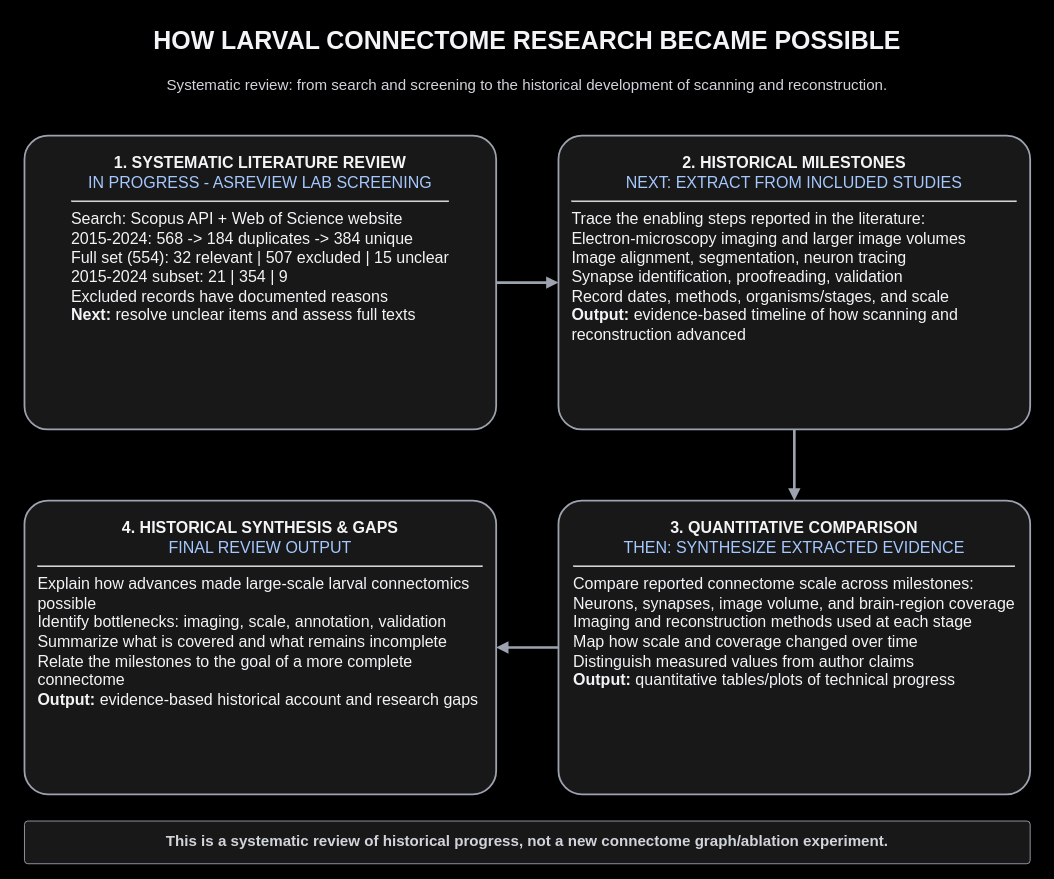
Earlier version of the draw.io diagram pipe.drawio (NicaAnatol/The-Road-to-the-Complete-Larval). Source tidied: cells renumbered, new cells numbered last; positions are measured from the earlier drawing's top-left corner, leaving out a move shared by most shapes. Both pictures are drawn from the tidied source at 89%, with x=0, y=0 at pixel (15, 15).
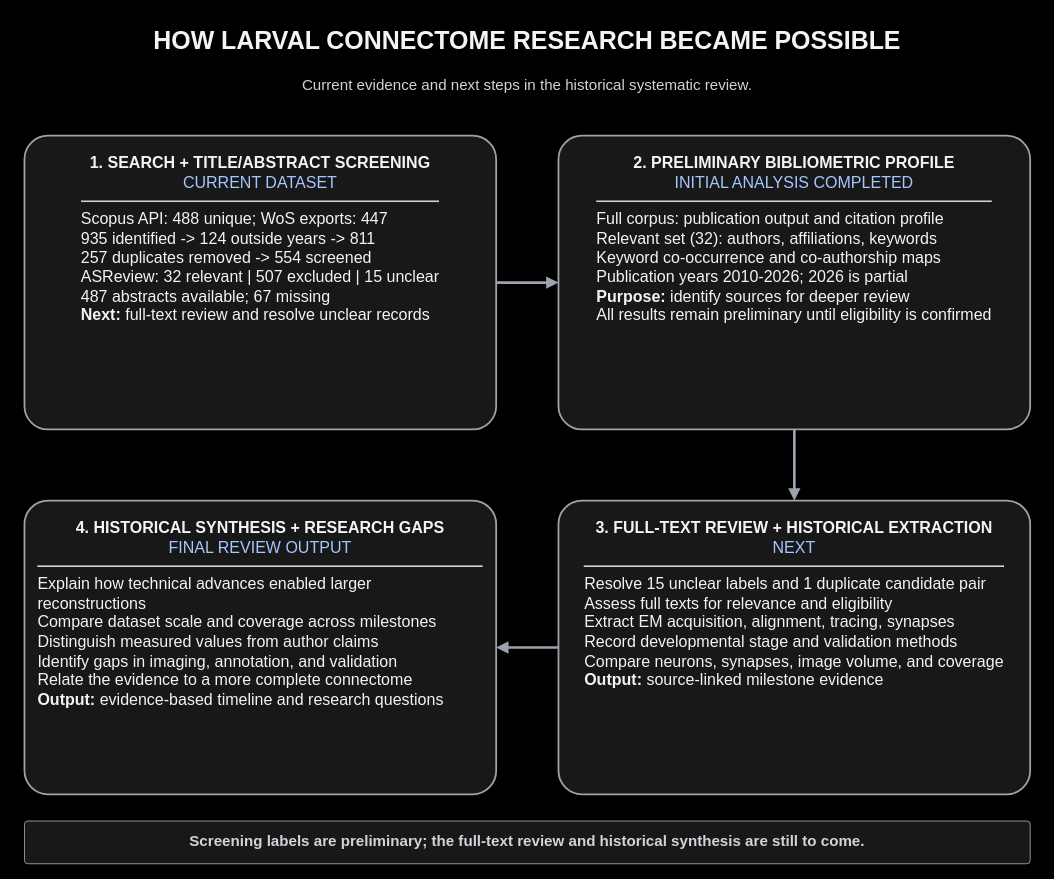
The same page after the edit.

What changed in the source:
```diff
@@
 <mxGraphModel background="#000000">
   <root>
     <mxCell id="0" />
     <mxCell id="1" parent="0" />
     <mxCell id="2" value="HOW LARVAL CONNECTOME RESEARCH BECAME POSSIBLE" style="text;html=1;align=center;verticalAlign=middle;whiteSpace=wrap;fontSize=28;fontStyle=1;fontColor=#F3F4F6;" parent="1" vertex="1">
       <mxGeometry width="1150" height="55" as="geometry" />
     </mxCell>
-    <mxCell id="3" value="Systematic review: from search and screening to the historical development of scanning and reconstruction." style="text;html=1;align=center;verticalAlign=middle;whiteSpace=wrap;fontSize=17;fontColor=#D1D5DB;" parent="1" vertex="1">
+    <mxCell id="3" value="Current evidence and next steps in the historical systematic review." style="text;html=1;align=center;verticalAlign=middle;whiteSpace=wrap;fontSize=17;fontColor=#D1D5DB;" parent="1" vertex="1">
       <mxGeometry x="10" y="58" width="1130" height="42" as="geometry" />
     </mxCell>
-    <mxCell id="4" value="&lt;b&gt;1. SYSTEMATIC LITERATURE REVIEW&lt;/b&gt;&lt;br&gt;&lt;font color=&quot;#A5C8FF&quot;&gt;IN PROGRESS - ASREVIEW LAB SCREENING&lt;/font&gt;&lt;hr&gt;&lt;div align=&quot;left&quot;&gt;Search: Scopus API + Web of Science website&lt;br&gt;2015-2024: 568 -&gt; 184 duplicates -&gt; 384 unique&lt;br&gt;Full set (554): 32 relevant | 507 excluded | 15 unclear&lt;br&gt;2015-2024 subset: 21 | 354 | 9&lt;br&gt;Excluded records have documented reasons&lt;br&gt;&lt;b&gt;Next:&lt;/b&gt; resolve unclear items and assess full texts&lt;/div&gt;" style="rounded=1;whiteSpace=wrap;html=1;arcSize=8;fillColor=#181818;strokeColor=#9CA3AF;strokeWidth=2;fontColor=#F3F4F6;fontSize=18;align=center;verticalAlign=top;spacing=16;fontFamily=Arial;" parent="1" vertex="1">
+    <mxCell id="4" value="&lt;b&gt;1. SEARCH + TITLE/ABSTRACT SCREENING&lt;/b&gt;&lt;br&gt;&lt;font color=&quot;#A5C8FF&quot;&gt;CURRENT DATASET&lt;/font&gt;&lt;hr&gt;&lt;div align=&quot;left&quot;&gt;Scopus API: 488 unique; WoS exports: 447&lt;br&gt;935 identified -&gt; 124 outside years -&gt; 811&lt;br&gt;257 duplicates removed -&gt; 554 screened&lt;br&gt;ASReview: 32 relevant | 507 excluded | 15 unclear&lt;br&gt;487 abstracts available; 67 missing&lt;br&gt;&lt;b&gt;Next:&lt;/b&gt; full-text review and resolve unclear records&lt;/div&gt;" style="rounded=1;whiteSpace=wrap;html=1;arcSize=8;fillColor=#181818;strokeColor=#9CA3AF;strokeWidth=2;fontColor=#F3F4F6;fontSize=18;align=center;verticalAlign=top;spacing=16;fontFamily=Arial;" parent="1" vertex="1">
       <mxGeometry x="10" y="135" width="530" height="330" as="geometry" />
     </mxCell>
-    <mxCell id="5" value="&lt;b&gt;2. HISTORICAL MILESTONES&lt;/b&gt;&lt;br&gt;&lt;font color=&quot;#A5C8FF&quot;&gt;NEXT: EXTRACT FROM INCLUDED STUDIES&lt;/font&gt;&lt;hr&gt;&lt;div align=&quot;left&quot;&gt;Trace the enabling steps reported in the literature:&lt;br&gt;Electron-microscopy imaging and larger image volumes&lt;br&gt;Image alignment, segmentation, neuron tracing&lt;br&gt;Synapse identification, proofreading, validation&lt;br&gt;Record dates, methods, organisms/stages, and scale&lt;br&gt;&lt;b&gt;Output:&lt;/b&gt; evidence-based timeline of how scanning and reconstruction advanced&lt;/div&gt;" style="rounded=1;whiteSpace=wrap;html=1;arcSize=8;fillColor=#181818;strokeColor=#9CA3AF;strokeWidth=2;fontColor=#F3F4F6;fontSize=18;align=center;verticalAlign=top;spacing=16;fontFamily=Arial;" parent="1" vertex="1">
+    <mxCell id="5" value="&lt;b&gt;2. PRELIMINARY BIBLIOMETRIC PROFILE&lt;/b&gt;&lt;br&gt;&lt;font color=&quot;#A5C8FF&quot;&gt;INITIAL ANALYSIS COMPLETED&lt;/font&gt;&lt;hr&gt;&lt;div align=&quot;left&quot;&gt;Full corpus: publication output and citation profile&lt;br&gt;Relevant set (32): authors, affiliations, keywords&lt;br&gt;Keyword co-occurrence and co-authorship maps&lt;br&gt;Publication years 2010-2026; 2026 is partial&lt;br&gt;&lt;b&gt;Purpose:&lt;/b&gt; identify sources for deeper review&lt;br&gt;All results remain preliminary until eligibility is confirmed&lt;/div&gt;" style="rounded=1;whiteSpace=wrap;html=1;arcSize=8;fillColor=#181818;strokeColor=#9CA3AF;strokeWidth=2;fontColor=#F3F4F6;fontSize=18;align=center;verticalAlign=top;spacing=16;fontFamily=Arial;" parent="1" vertex="1">
       <mxGeometry x="610" y="135" width="530" height="330" as="geometry" />
     </mxCell>
-    <mxCell id="6" value="&lt;b&gt;3. QUANTITATIVE COMPARISON&lt;/b&gt;&lt;br&gt;&lt;font color=&quot;#A5C8FF&quot;&gt;THEN: SYNTHESIZE EXTRACTED EVIDENCE&lt;/font&gt;&lt;hr&gt;&lt;div align=&quot;left&quot;&gt;Compare reported connectome scale across milestones:&lt;br&gt;Neurons, synapses, image volume, and brain-region coverage&lt;br&gt;Imaging and reconstruction methods used at each stage&lt;br&gt;Map how scale and coverage changed over time&lt;br&gt;Distinguish measured values from author claims&lt;br&gt;&lt;b&gt;Output:&lt;/b&gt; quantitative tables/plots of technical progress&lt;/div&gt;" style="rounded=1;whiteSpace=wrap;html=1;arcSize=8;fillColor=#181818;strokeColor=#9CA3AF;strokeWidth=2;fontColor=#F3F4F6;fontSize=18;align=center;verticalAlign=top;spacing=16;fontFamily=Arial;" parent="1" vertex="1">
-      <mxGeometry x="610" y="545" width="530" height="330" as="geometry" />
-    </mxCell>
-    <mxCell id="7" value="&lt;b&gt;4. HISTORICAL SYNTHESIS &amp;amp; GAPS&lt;/b&gt;&lt;br&gt;&lt;font color=&quot;#A5C8FF&quot;&gt;FINAL REVIEW OUTPUT&lt;/font&gt;&lt;hr&gt;&lt;div align=&quot;left&quot;&gt;Explain how advances made large-scale larval connectomics possible&lt;br&gt;Identify bottlenecks: imaging, scale, annotation, validation&lt;br&gt;Summarize what is covered and what remains incomplete&lt;br&gt;Relate the milestones to the goal of a more complete connectome&lt;br&gt;&lt;b&gt;Output:&lt;/b&gt; evidence-based historical account and research gaps&lt;/div&gt;" style="rounded=1;whiteSpace=wrap;html=1;arcSize=8;fillColor=#181818;strokeColor=#9CA3AF;strokeWidth=2;fontColor=#F3F4F6;fontSize=18;align=center;verticalAlign=top;spacing=16;fontFamily=Arial;" parent="1" vertex="1">
-      <mxGeometry x="10" y="545" width="530" height="330" as="geometry" />
-    </mxCell>
+    <mxCell id="12" value="&lt;b&gt;3. FULL-TEXT REVIEW + HISTORICAL EXTRACTION&lt;/b&gt;&lt;br&gt;&lt;font color=&quot;#A5C8FF&quot;&gt;NEXT&lt;/font&gt;&lt;hr&gt;&lt;div align=&quot;left&quot;&gt;Resolve 15 unclear labels and 1 duplicate candidate pair&lt;br&gt;Assess full texts for relevance and eligibility&lt;br&gt;Extract EM acquisition, alignment, tracing, synapses&lt;br&gt;Record developmental stage and validation methods&lt;br&gt;Compare neurons, synapses, image volume, and coverage&lt;br&gt;&lt;b&gt;Output:&lt;/b&gt; source-linked milestone evidence&lt;/div&gt;" style="rounded=1;whiteSpace=wrap;html=1;arcSize=8;fillColor=#181818;strokeColor=#9CA3AF;strokeWidth=2;fontColor=#F3F4F6;fontSize=18;align=center;verticalAlign=top;spacing=16;fontFamily=Arial;" parent="1" vertex="1">
+      <mxGeometry x="610" y="545" width="530" height="330" as="geometry" />
+    </mxCell>
+    <mxCell id="13" value="&lt;b&gt;4. HISTORICAL SYNTHESIS + RESEARCH GAPS&lt;/b&gt;&lt;br&gt;&lt;font color=&quot;#A5C8FF&quot;&gt;FINAL REVIEW OUTPUT&lt;/font&gt;&lt;hr&gt;&lt;div align=&quot;left&quot;&gt;Explain how technical advances enabled larger reconstructions&lt;br&gt;Compare dataset scale and coverage across milestones&lt;br&gt;Distinguish measured values from author claims&lt;br&gt;Identify gaps in imaging, annotation, and validation&lt;br&gt;Relate the evidence to a more complete connectome&lt;br&gt;&lt;b&gt;Output:&lt;/b&gt; evidence-based timeline and research questions&lt;/div&gt;" style="rounded=1;whiteSpace=wrap;html=1;arcSize=8;fillColor=#181818;strokeColor=#9CA3AF;strokeWidth=2;fontColor=#F3F4F6;fontSize=18;align=center;verticalAlign=top;spacing=16;fontFamily=Arial;" parent="1" vertex="1">
+      <mxGeometry x="10" y="545" width="530" height="330" as="geometry" />
+    </mxCell>
     <mxCell id="8" style="edgeStyle=orthogonalEdgeStyle;rounded=0;jettySize=auto;html=1;strokeWidth=3;strokeColor=#9CA3AF;endArrow=block;endFill=1;exitX=1;exitY=0.5;entryX=0;entryY=0.5;" parent="1" edge="1" source="4" target="5">
       <mxGeometry relative="1" as="geometry" />
     </mxCell>
-    <mxCell id="9" style="edgeStyle=orthogonalEdgeStyle;rounded=0;jettySize=auto;html=1;strokeWidth=3;strokeColor=#9CA3AF;endArrow=block;endFill=1;exitX=0.5;exitY=1;entryX=0.5;entryY=0;" parent="1" edge="1" source="5" target="6">
+    <mxCell id="9" style="edgeStyle=orthogonalEdgeStyle;rounded=0;jettySize=auto;html=1;strokeWidth=3;strokeColor=#9CA3AF;endArrow=block;endFill=1;exitX=0.5;exitY=1;entryX=0.5;entryY=0;" parent="1" edge="1" source="5" target="12">
       <mxGeometry relative="1" as="geometry" />
     </mxCell>
-    <mxCell id="10" style="edgeStyle=orthogonalEdgeStyle;rounded=0;jettySize=auto;html=1;strokeWidth=3;strokeColor=#9CA3AF;endArrow=block;endFill=1;exitX=0;exitY=0.5;entryX=1;entryY=0.5;" parent="1" edge="1" source="6" target="7">
+    <mxCell id="10" style="edgeStyle=orthogonalEdgeStyle;rounded=0;jettySize=auto;html=1;strokeWidth=3;strokeColor=#9CA3AF;endArrow=block;endFill=1;exitX=0;exitY=0.5;entryX=1;entryY=0.5;" parent="1" edge="1" source="12" target="13">
       <mxGeometry relative="1" as="geometry" />
     </mxCell>
-    <mxCell id="11" value="This is a systematic review of historical progress, not a new connectome graph/ablation experiment." style="rounded=1;whiteSpace=wrap;html=1;arcSize=8;fillColor=#181818;strokeColor=#9CA3AF;fontColor=#D1D5DB;fontSize=17;fontStyle=1;spacing=10;fontFamily=Arial;" parent="1" vertex="1">
+    <mxCell id="11" value="Screening labels are preliminary; the full-text review and historical synthesis are still to come." style="rounded=1;whiteSpace=wrap;html=1;arcSize=8;fillColor=#181818;strokeColor=#9CA3AF;fontColor=#D1D5DB;fontSize=17;fontStyle=1;spacing=10;fontFamily=Arial;" parent="1" vertex="1">
       <mxGeometry x="10" y="905" width="1130" height="48" as="geometry" />
     </mxCell>
   </root>
 </mxGraphModel>
```
